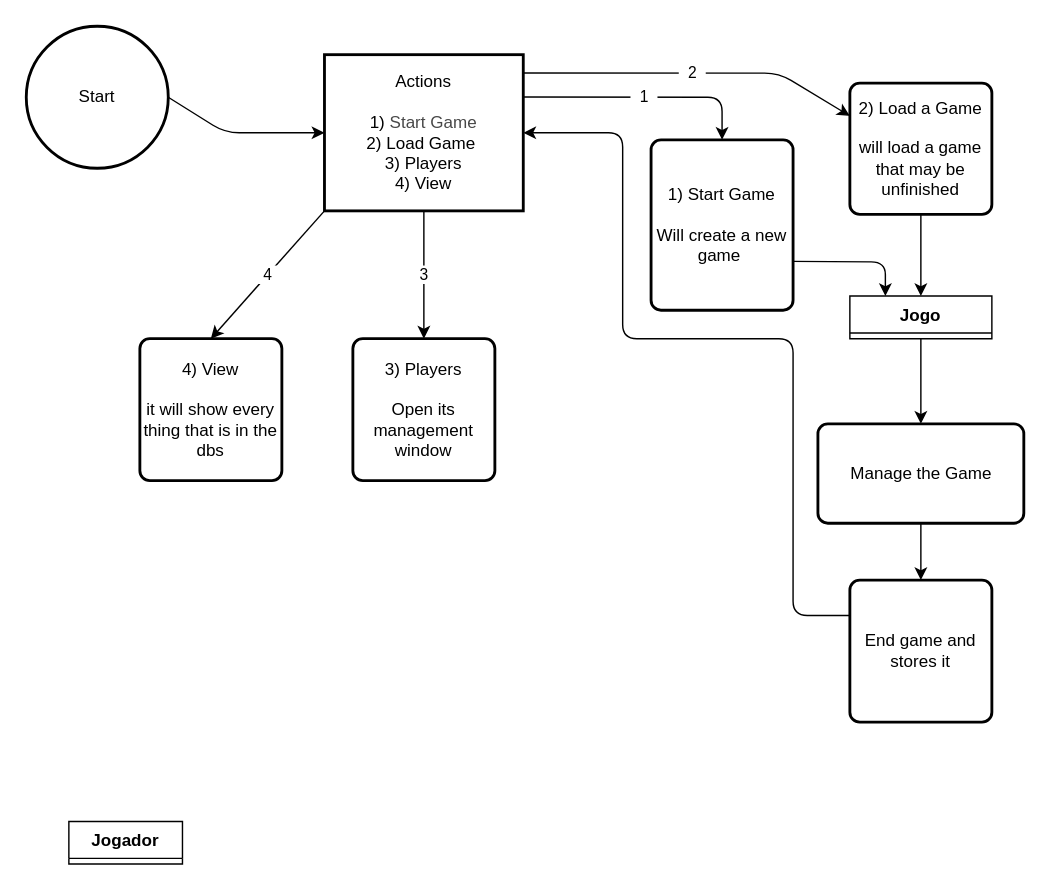
Earlier version of the draw.io diagram ProjetoFinal/Assets/flowchart.drawio (LucionOne/Projeto_Final-POO-gr.10). Source tidied: cells renumbered, new cells numbered last; positions are measured from the earlier drawing's top-left corner, leaving out a move shared by most shapes. Both pictures are drawn from the tidied source at 142%, with x=0, y=0 at pixel (26, 26).
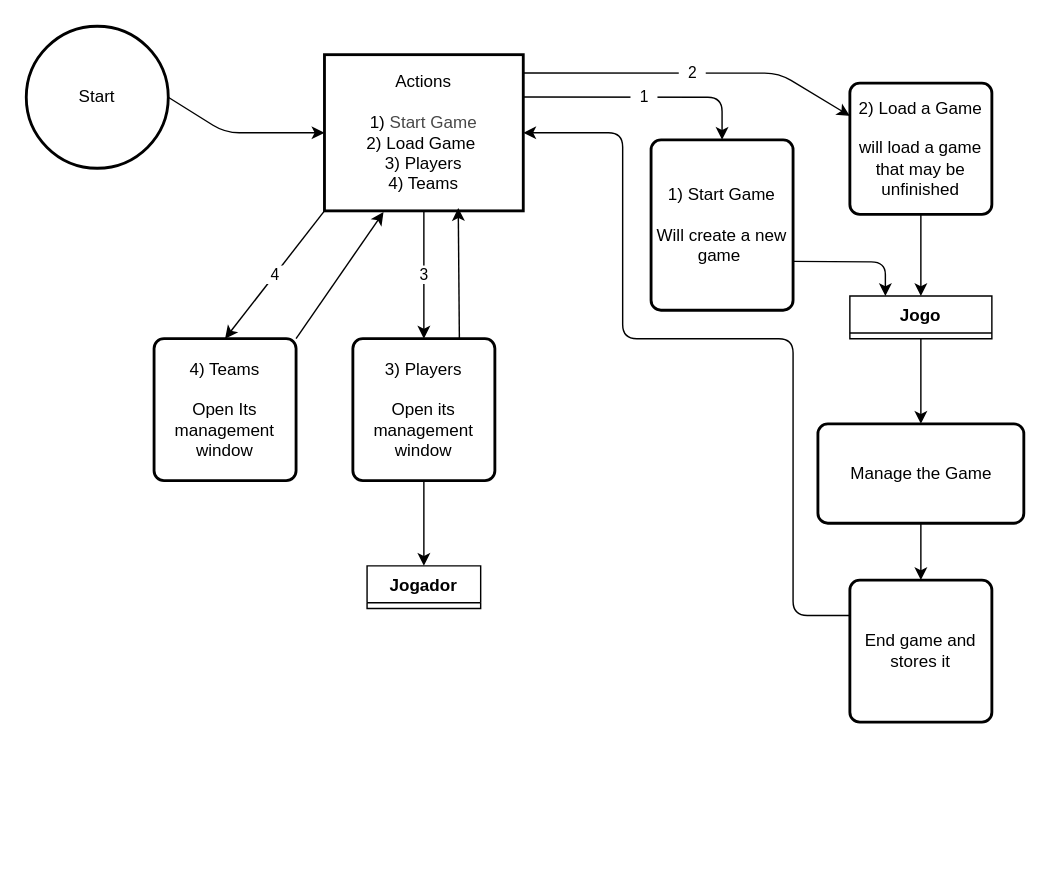
Above is the later version.

The change refers to these unchanged cells:
```xml
<mxCell id="19" value="3) Players&lt;div&gt;&lt;br&gt;&lt;/div&gt;&lt;div&gt;Open its management window&lt;/div&gt;" style="rounded=1;whiteSpace=wrap;html=1;absoluteArcSize=1;arcSize=14;strokeWidth=2;" parent="1" vertex="1">
  <mxGeometry x="230" y="220" width="100" height="100" as="geometry" />
</mxCell>
```

What changed in the source:
```diff
@@
-    <mxCell id="8" value="Actions&lt;br&gt;&lt;div&gt;&lt;br&gt;&lt;/div&gt;&lt;div&gt;1) &lt;font color=&quot;#484848&quot;&gt;Start Game&lt;/font&gt;&lt;/div&gt;&lt;div&gt;&lt;span style=&quot;background-color: transparent;&quot;&gt;2) Load&lt;/span&gt;&lt;span style=&quot;background-color: transparent;&quot;&gt;&amp;nbsp;Game&lt;/span&gt;&lt;span style=&quot;background-color: transparent;&quot;&gt;&amp;nbsp;&lt;/span&gt;&lt;/div&gt;&lt;div&gt;3) Players&lt;br&gt;4) View&lt;/div&gt;" style="whiteSpace=wrap;html=1;strokeWidth=2;" parent="1" vertex="1">
+    <mxCell id="8" value="Actions&lt;br&gt;&lt;div&gt;&lt;br&gt;&lt;/div&gt;&lt;div&gt;1) &lt;font color=&quot;#484848&quot;&gt;Start Game&lt;/font&gt;&lt;/div&gt;&lt;div&gt;&lt;span style=&quot;background-color: transparent;&quot;&gt;2) Load&lt;/span&gt;&lt;span style=&quot;background-color: transparent;&quot;&gt;&amp;nbsp;Game&lt;/span&gt;&lt;span style=&quot;background-color: transparent;&quot;&gt;&amp;nbsp;&lt;/span&gt;&lt;/div&gt;&lt;div&gt;3) Players&lt;br&gt;4) Teams&lt;/div&gt;" style="whiteSpace=wrap;html=1;strokeWidth=2;" parent="1" vertex="1">
       <mxGeometry x="210" y="20" width="140" height="110" as="geometry" />
     </mxCell>
@@
+    <mxCell id="22" style="edgeStyle=none;html=1;exitX=1;exitY=0;exitDx=0;exitDy=0;entryX=0.297;entryY=1.008;entryDx=0;entryDy=0;entryPerimeter=0;" parent="1" edge="1" source="15" target="8">
+      <mxGeometry relative="1" as="geometry" />
+    </mxCell>
-    <mxCell id="15" value="4) View&lt;div&gt;&lt;br&gt;&lt;/div&gt;&lt;div&gt;it will show every thing that is in the dbs&lt;/div&gt;" style="rounded=1;whiteSpace=wrap;html=1;absoluteArcSize=1;arcSize=14;strokeWidth=2;" parent="1" vertex="1">
-      <mxGeometry x="80" y="220" width="100" height="100" as="geometry" />
+    <mxCell id="15" value="4) Teams&lt;div&gt;&lt;br&gt;&lt;/div&gt;&lt;div&gt;Open Its management window&lt;br&gt;&lt;/div&gt;" style="rounded=1;whiteSpace=wrap;html=1;absoluteArcSize=1;arcSize=14;strokeWidth=2;" parent="1" vertex="1">
+      <mxGeometry x="90" y="220" width="100" height="100" as="geometry" />
     </mxCell>
@@
     <mxCell id="18" value="Jogador" style="swimlane;fontStyle=1;align=center;verticalAlign=top;horizontal=1;startSize=26;whiteSpace=wrap;html=1;" parent="1" vertex="1" collapsed="1">
-      <mxGeometry x="30" y="560" width="80" height="30" as="geometry" />
+      <mxGeometry x="240" y="380" width="80" height="30" as="geometry" />
     </mxCell>
+    <mxCell id="23" style="edgeStyle=none;html=1;entryX=0.5;entryY=0;entryDx=0;entryDy=0;" parent="1" edge="1" source="19" target="18">
+      <mxGeometry relative="1" as="geometry" />
+    </mxCell>
@@
+    <mxCell id="24" style="edgeStyle=none;html=1;exitX=0.75;exitY=0;exitDx=0;exitDy=0;entryX=0.673;entryY=0.982;entryDx=0;entryDy=0;entryPerimeter=0;" parent="1" edge="1" source="19" target="8">
+      <mxGeometry relative="1" as="geometry" />
+    </mxCell>
```
